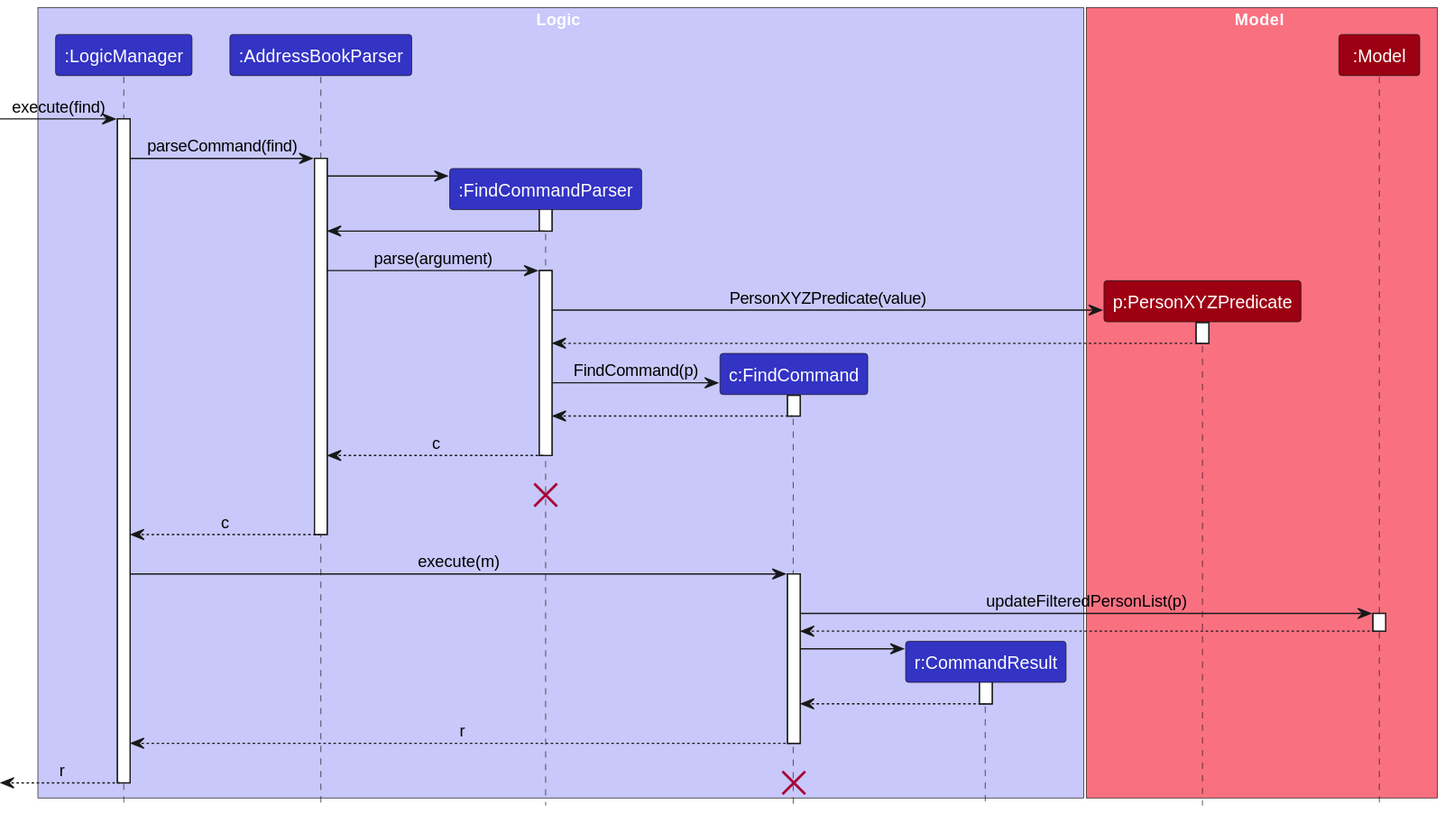
Earlier version of the PlantUML export docs/images/FindSequenceDiagram.svg (AY2324S2-CS2103-F15-1/tp).
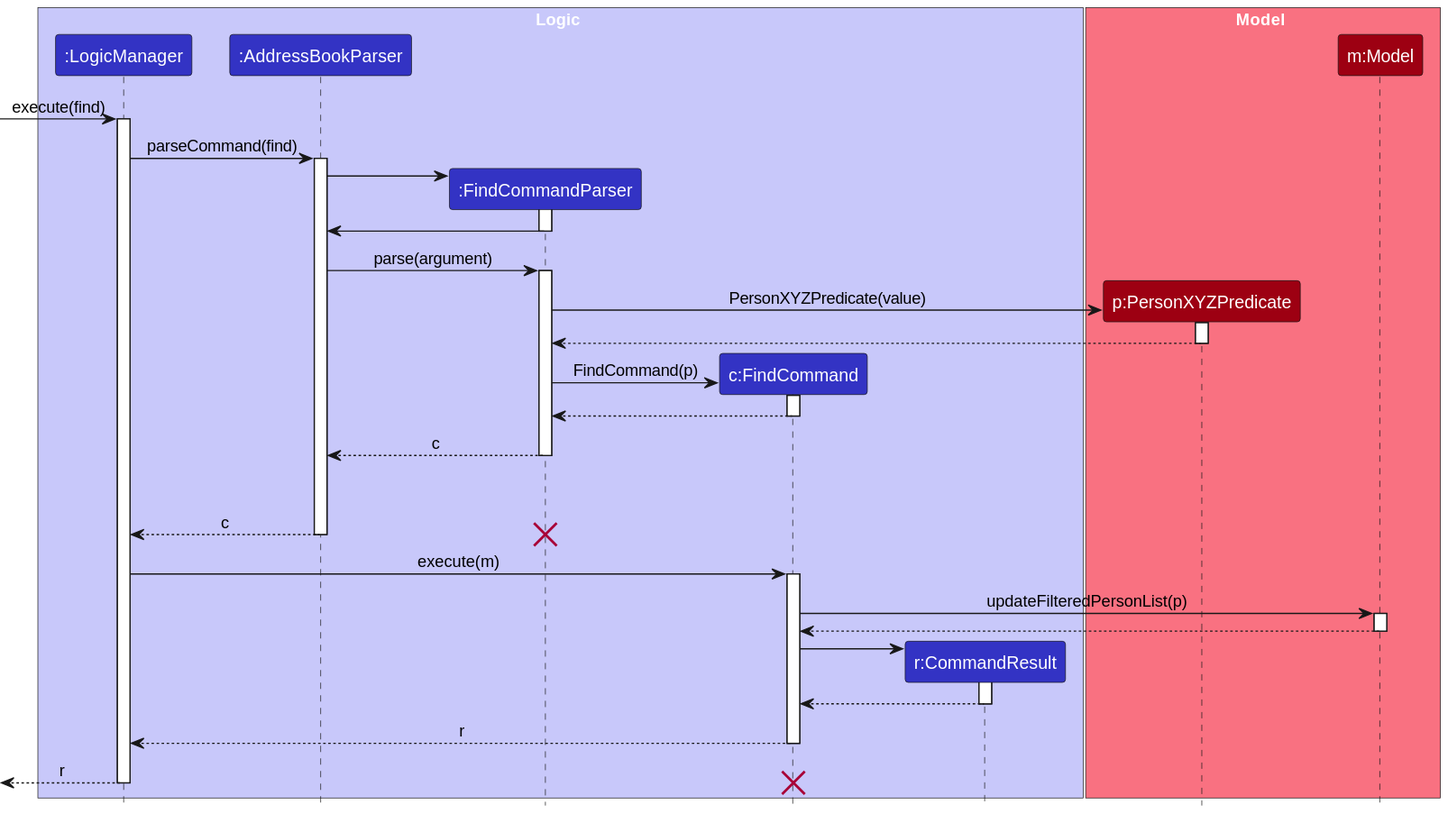
The same file after the commit.

The edit, as a diff of the source:
```diff
@@ -13,7 +13,7 @@
 box Model MODEL_COLOR_T1
 
 participant "p:PersonXYZPredicate" as PersonXYZPredicate MODEL_COLOR
-participant ":Model" as Model MODEL_COLOR
+participant "m:Model" as Model MODEL_COLOR
 end box
 [-> LogicManager : execute(find)
 activate LogicManager
@@ -48,10 +48,11 @@
 FindCommandParser --> AddressBookParser : c
 deactivate FindCommandParser
 FindCommandParser -[hidden]-> AddressBookParser : c
-destroy FindCommandParser
 
 AddressBookParser --> LogicManager : c
 deactivate AddressBookParser
+
+destroy FindCommandParser
 
 LogicManager -> FindCommand : execute(m)
 activate FindCommand
```
